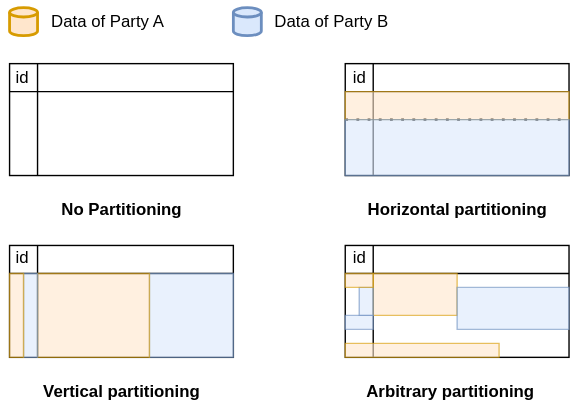
Above: data-partitioning.drawio.svg in phoeinx/ma-graphics (draw.io), before the change. Source tidied: cells renumbered, new cells last; positions are measured from the earlier drawing's top-left corner, leaving out a move shared by most shapes.
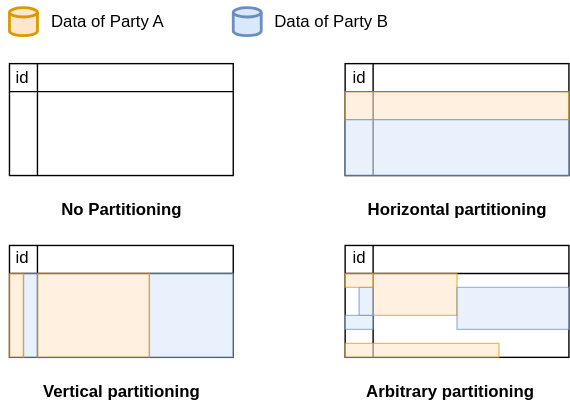
Above is the later version.

What changed in the source:
```diff
@@ -11,9 +11,6 @@
     <mxCell id="4" style="shape=internalStorage;whiteSpace=wrap;html=1;backgroundOutline=1;" parent="1" vertex="1">
       <mxGeometry x="246" y="45" width="160" height="80" as="geometry" />
     </mxCell>
-    <mxCell id="5" style="endArrow=none;dashed=1;html=1;dashPattern=1 3;strokeWidth=2;rounded=0;entryX=1;entryY=0.5;entryDx=0;entryDy=0;exitX=0;exitY=0.5;exitDx=0;exitDy=0;" parent="1" edge="1" source="4" target="4">
-      <mxGeometry relative="1" as="geometry" />
-    </mxCell>
     <mxCell id="6" style="verticalLabelPosition=bottom;verticalAlign=top;html=1;shape=mxgraph.basic.rect;fillColor2=none;strokeWidth=1;size=20;indent=5;fillColor=#ffe6cc;strokeColor=#d79b00;opacity=60;" parent="1" vertex="1">
       <mxGeometry x="246" y="65" width="160" height="20" as="geometry" />
     </mxCell>
```
